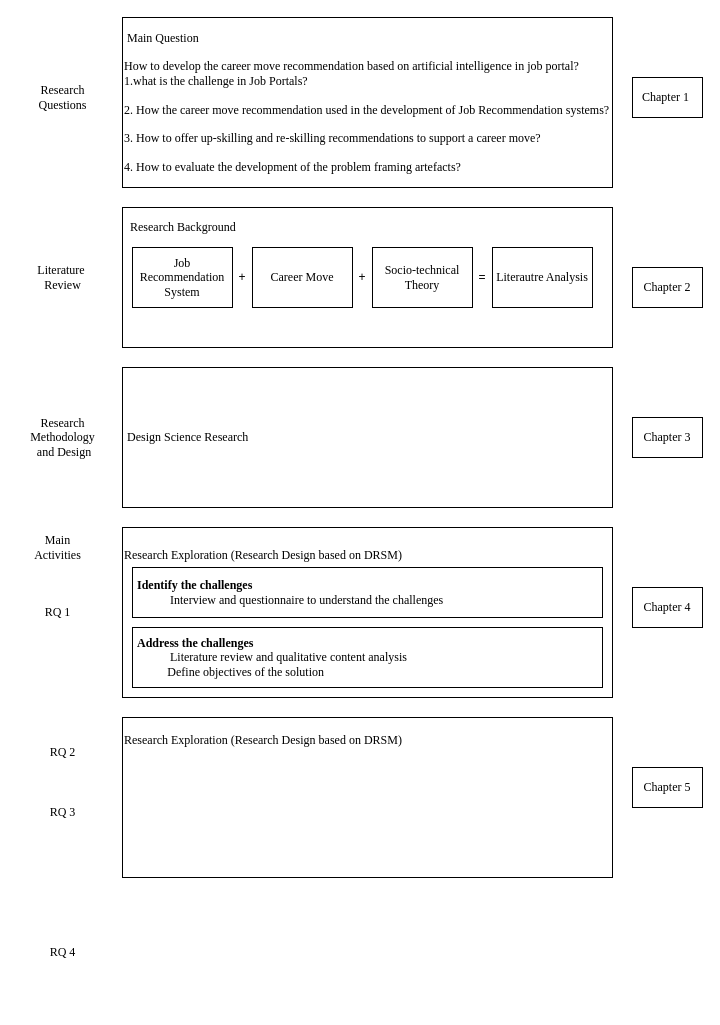
Before: 0216.drawio in johnzhouz/jrs, a draw.io diagram. Source tidied: cells renumbered, new cells numbered last; positions are measured from the earlier drawing's top-left corner, leaving out a move shared by most shapes. Both pictures are drawn from the tidied source at 100%, with x=0, y=0 at pixel (17, 17).
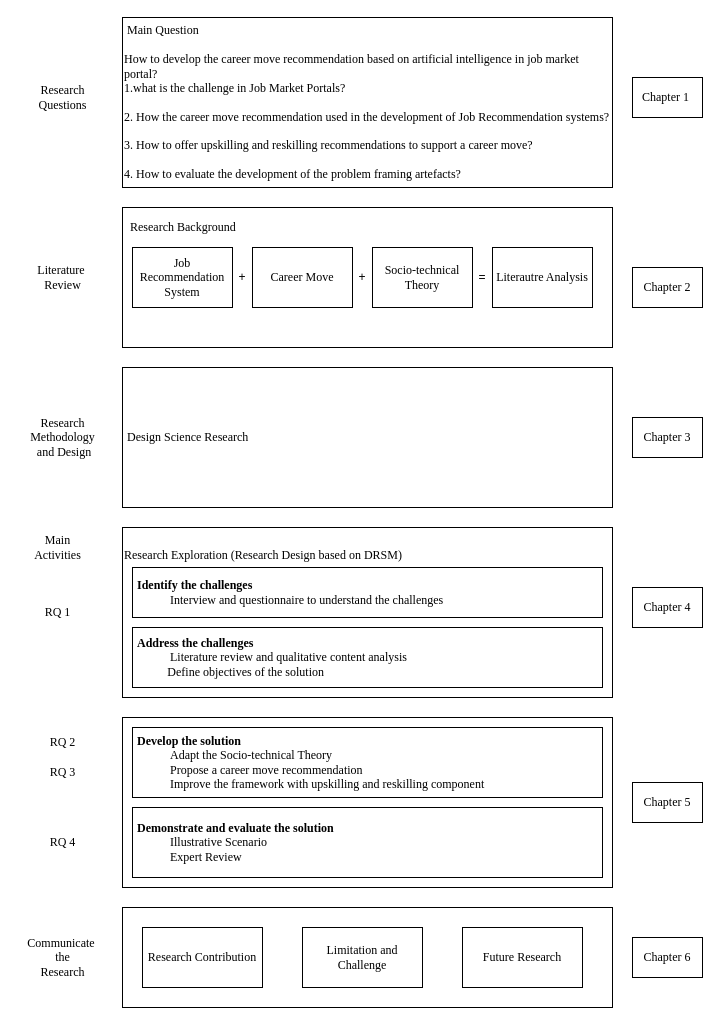
After the change.

Diff of the diagram source:
```diff
@@
-    <mxCell id="2" value="&lt;font face=&quot;Times New Roman&quot;&gt;&amp;nbsp;Main Question&lt;br&gt;&lt;br&gt;How to develop the career move recommendation based on&amp;nbsp;artificial intelligence in job portal?&amp;nbsp;&lt;br&gt;1.what is the challenge in Job Portals?&lt;br&gt;&lt;br&gt;2. How the career move recommendation used in the development of Job Recommendation systems?&lt;br&gt;&lt;br&gt;3. How to offer up-skilling and re-skilling recommendations to support a career move?&lt;br&gt;&lt;br&gt;4. How to evaluate the development of the problem framing artefacts?&lt;/font&gt;" style="rounded=0;whiteSpace=wrap;html=1;align=left;" parent="1" vertex="1">
+    <mxCell id="2" value="&lt;font face=&quot;Times New Roman&quot;&gt;&amp;nbsp;Main Question&lt;br&gt;&lt;br&gt;How to develop the career move recommendation based on&amp;nbsp;artificial intelligence in job market portal?&amp;nbsp;&lt;br&gt;1.what is the challenge in Job Market Portals?&lt;br&gt;&lt;br&gt;2. How the career move recommendation used in the development of Job Recommendation systems?&lt;br&gt;&lt;br&gt;3. How to offer upskilling and reskilling recommendations to support a career move?&lt;br&gt;&lt;br&gt;4. How to evaluate the development of the problem framing artefacts?&lt;/font&gt;" style="rounded=0;whiteSpace=wrap;html=1;align=left;" parent="1" vertex="1">
       <mxGeometry x="105" width="490" height="170" as="geometry" />
     </mxCell>
@@
-    <mxCell id="24" value="&lt;font face=&quot;Times New Roman&quot;&gt;Research Exploration (Research Design based on DRSM)&lt;br&gt;&lt;br&gt;&lt;br&gt;&lt;br&gt;&lt;br&gt;&lt;br&gt;&lt;br&gt;&lt;br&gt;&lt;/font&gt;&lt;div&gt;&lt;br&gt;&lt;/div&gt;" style="rounded=0;whiteSpace=wrap;html=1;align=left;" parent="1" vertex="1">
-      <mxGeometry x="105" y="700" width="490" height="160" as="geometry" />
+    <mxCell id="24" style="rounded=0;whiteSpace=wrap;html=1;align=left;" parent="1" vertex="1">
+      <mxGeometry x="105" y="700" width="490" height="170" as="geometry" />
     </mxCell>
     <mxCell id="25" value="&lt;font face=&quot;Times New Roman&quot;&gt;Chapter 5&lt;/font&gt;" style="rounded=0;whiteSpace=wrap;html=1;" parent="1" vertex="1">
-      <mxGeometry x="615" y="750" width="70" height="40" as="geometry" />
+      <mxGeometry x="615" y="765" width="70" height="40" as="geometry" />
     </mxCell>
     <mxCell id="26" value="&lt;font face=&quot;Times New Roman&quot;&gt;RQ 2&lt;/font&gt;" style="text;html=1;align=center;verticalAlign=middle;strokeColor=none;fillColor=none;" parent="1" vertex="1">
-      <mxGeometry x="20" y="720" width="50" height="30" as="geometry" />
+      <mxGeometry x="20" y="710" width="50" height="30" as="geometry" />
     </mxCell>
     <mxCell id="27" value="&lt;font face=&quot;Times New Roman&quot;&gt;RQ 3&lt;/font&gt;" style="text;html=1;align=center;verticalAlign=middle;strokeColor=none;fillColor=none;" parent="1" vertex="1">
-      <mxGeometry x="20" y="780" width="50" height="30" as="geometry" />
+      <mxGeometry x="20" y="740" width="50" height="30" as="geometry" />
     </mxCell>
     <mxCell id="28" value="&lt;font face=&quot;Times New Roman&quot;&gt;RQ 4&lt;/font&gt;" style="text;html=1;align=center;verticalAlign=middle;strokeColor=none;fillColor=none;" parent="1" vertex="1">
-      <mxGeometry x="20" y="920" width="50" height="30" as="geometry" />
+      <mxGeometry x="20" y="810" width="50" height="30" as="geometry" />
     </mxCell>
+    <mxCell id="29" value="&lt;b&gt;&lt;font face=&quot;Times New Roman&quot;&gt;&amp;nbsp;Demonstrate and evaluate the solution&lt;br&gt;&lt;/font&gt;&lt;/b&gt;&lt;div&gt;&lt;font face=&quot;Times New Roman&quot;&gt;&amp;nbsp; &amp;nbsp; &amp;nbsp; &amp;nbsp; &amp;nbsp; &amp;nbsp; Illustrative Scenario&lt;/font&gt;&lt;/div&gt;&lt;div&gt;&lt;font face=&quot;Times New Roman&quot;&gt;&amp;nbsp; &amp;nbsp; &amp;nbsp; &amp;nbsp; &amp;nbsp; &amp;nbsp; Expert Review&lt;/font&gt;&lt;/div&gt;" style="rounded=0;whiteSpace=wrap;html=1;align=left;" parent="1" vertex="1">
+      <mxGeometry x="115" y="790" width="470" height="70" as="geometry" />
+    </mxCell>
+    <mxCell id="30" value="&lt;font style=&quot;&quot; face=&quot;Times New Roman&quot;&gt;&lt;b&gt;&amp;nbsp;Develop the solution&lt;/b&gt;&lt;br&gt;&lt;b&gt;&amp;nbsp; &amp;nbsp; &amp;nbsp; &amp;nbsp; &amp;nbsp; &amp;nbsp;&amp;nbsp;&lt;/b&gt;Adapt the&lt;b&gt;&amp;nbsp;&lt;/b&gt;&lt;/font&gt;&lt;font face=&quot;Times New Roman&quot;&gt;Socio-technical Theory&lt;/font&gt;&lt;b&gt;&lt;font face=&quot;Times New Roman&quot;&gt;&lt;br&gt;&lt;/font&gt;&lt;/b&gt;&lt;div&gt;&lt;font face=&quot;Times New Roman&quot;&gt;&amp;nbsp; &amp;nbsp; &amp;nbsp; &amp;nbsp; &amp;nbsp; &amp;nbsp; Propose a career move recommendation&lt;/font&gt;&lt;/div&gt;&lt;div&gt;&lt;font face=&quot;Times New Roman&quot;&gt;&amp;nbsp; &amp;nbsp; &amp;nbsp; &amp;nbsp; &amp;nbsp; &amp;nbsp; Improve the framework with upskilling and reskilling component&lt;/font&gt;&lt;/div&gt;" style="rounded=0;whiteSpace=wrap;html=1;align=left;" parent="1" vertex="1">
+      <mxGeometry x="115" y="710" width="470" height="70" as="geometry" />
+    </mxCell>
+    <mxCell id="31" style="rounded=0;whiteSpace=wrap;html=1;align=left;" parent="1" vertex="1">
+      <mxGeometry x="105" y="890" width="490" height="100" as="geometry" />
+    </mxCell>
+    <mxCell id="32" value="&lt;font face=&quot;Times New Roman&quot;&gt;Research Contribution&lt;/font&gt;" style="rounded=0;whiteSpace=wrap;html=1;" parent="1" vertex="1">
+      <mxGeometry x="125" y="910" width="120" height="60" as="geometry" />
+    </mxCell>
+    <mxCell id="33" value="&lt;font face=&quot;Times New Roman&quot;&gt;Future Research&lt;/font&gt;" style="rounded=0;whiteSpace=wrap;html=1;" parent="1" vertex="1">
+      <mxGeometry x="445" y="910" width="120" height="60" as="geometry" />
+    </mxCell>
+    <mxCell id="34" value="&lt;font face=&quot;Times New Roman&quot;&gt;Limitation and Challenge&lt;/font&gt;" style="rounded=0;whiteSpace=wrap;html=1;" parent="1" vertex="1">
+      <mxGeometry x="285" y="910" width="120" height="60" as="geometry" />
+    </mxCell>
+    <mxCell id="35" value="&lt;font face=&quot;Times New Roman&quot;&gt;Communicate&amp;nbsp;&lt;br&gt;the&lt;br&gt;Research&lt;/font&gt;" style="text;html=1;align=center;verticalAlign=middle;strokeColor=none;fillColor=none;" parent="1" vertex="1">
+      <mxGeometry y="910" width="90" height="60" as="geometry" />
+    </mxCell>
+    <mxCell id="36" value="&lt;font face=&quot;Times New Roman&quot;&gt;Chapter 6&lt;/font&gt;" style="rounded=0;whiteSpace=wrap;html=1;" parent="1" vertex="1">
+      <mxGeometry x="615" y="920" width="70" height="40" as="geometry" />
+    </mxCell>
```
